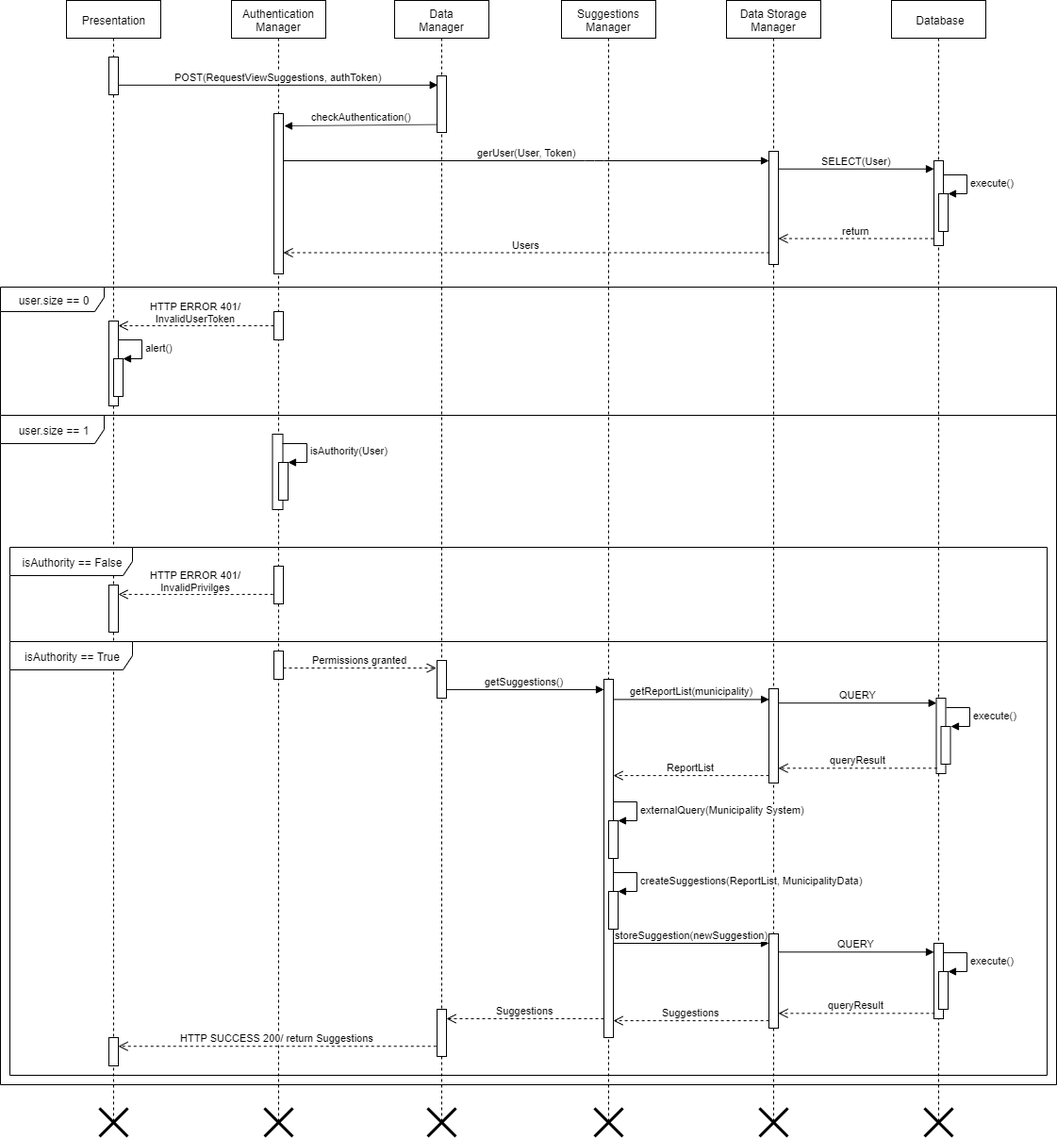
The draw.io diagram DD/latex/Images/Seq_viewSuggestions.png in manuelsalamino/SoftwareEngineering2-Project, before a commit. Source tidied: cells renumbered, new cells last; positions are measured from the earlier drawing's top-left corner, leaving out a move shared by most shapes.
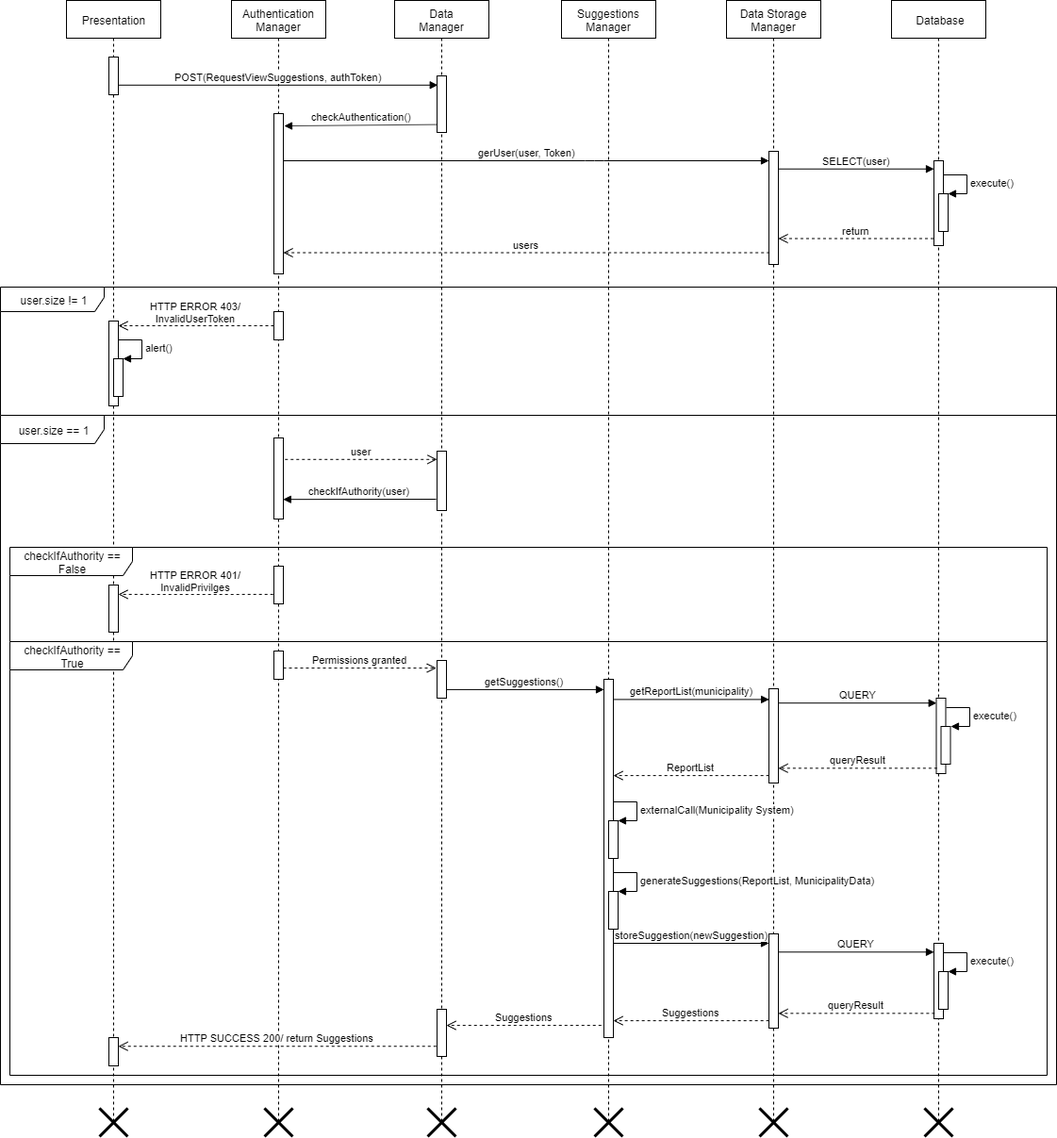
Above is the later version.

The edit, as a diff of the source:
```diff
@@ -55,29 +55,29 @@
         </Array>
       </mxGeometry>
     </mxCell>
-    <mxCell id="18" value="gerUser(User, Token)" style="html=1;verticalAlign=bottom;endArrow=block;" parent="1" edge="1" source="5" target="12">
+    <mxCell id="18" value="gerUser(user, Token)" style="html=1;verticalAlign=bottom;endArrow=block;" parent="1" edge="1" source="5" target="12">
       <mxGeometry relative="1" as="geometry">
         <Array as="points">
           <mxPoint x="630" y="170" />
         </Array>
       </mxGeometry>
     </mxCell>
-    <mxCell id="19" value="SELECT(User)" style="html=1;verticalAlign=bottom;endArrow=block;exitX=0.984;exitY=0.156;exitDx=0;exitDy=0;exitPerimeter=0;" parent="1" edge="1" source="12" target="15">
+    <mxCell id="19" value="SELECT(user)" style="html=1;verticalAlign=bottom;endArrow=block;exitX=0.984;exitY=0.156;exitDx=0;exitDy=0;exitPerimeter=0;" parent="1" edge="1" source="12" target="15">
       <mxGeometry relative="1" as="geometry" />
     </mxCell>
     <mxCell id="20" value="return" style="html=1;verticalAlign=bottom;endArrow=open;dashed=1;endSize=8;exitX=-0.052;exitY=0.917;exitDx=0;exitDy=0;exitPerimeter=0;" parent="1" edge="1" source="15" target="12">
       <mxGeometry relative="1" as="geometry" />
     </mxCell>
-    <mxCell id="21" value="Users" style="html=1;verticalAlign=bottom;endArrow=open;dashed=1;endSize=8;exitX=0.07;exitY=0.896;exitDx=0;exitDy=0;exitPerimeter=0;" parent="1" edge="1" source="12" target="5">
+    <mxCell id="21" value="users" style="html=1;verticalAlign=bottom;endArrow=open;dashed=1;endSize=8;exitX=0.07;exitY=0.896;exitDx=0;exitDy=0;exitPerimeter=0;" parent="1" edge="1" source="12" target="5">
       <mxGeometry relative="1" as="geometry" />
     </mxCell>
-    <mxCell id="22" value="user.size == 0" style="shape=umlFrame;whiteSpace=wrap;html=1;width=110;height=26;" parent="1" vertex="1">
+    <mxCell id="22" value="user.size != 1" style="shape=umlFrame;whiteSpace=wrap;html=1;width=110;height=26;" parent="1" vertex="1">
       <mxGeometry y="304" width="1120" height="136" as="geometry" />
     </mxCell>
     <mxCell id="23" style="html=1;points=[];perimeter=orthogonalPerimeter;" parent="1" vertex="1">
       <mxGeometry x="115" y="340" width="10" height="90" as="geometry" />
     </mxCell>
-    <mxCell id="24" value="HTTP ERROR 401/&lt;br&gt;InvalidUserToken" style="html=1;verticalAlign=bottom;endArrow=open;dashed=1;endSize=8;" parent="1" edge="1" source="70" target="23">
+    <mxCell id="24" value="HTTP ERROR 403/&lt;br&gt;InvalidUserToken" style="html=1;verticalAlign=bottom;endArrow=open;dashed=1;endSize=8;" parent="1" edge="1" source="70" target="23">
       <mxGeometry relative="1" as="geometry" />
     </mxCell>
     <mxCell id="25" style="html=1;points=[];perimeter=orthogonalPerimeter;" parent="1" vertex="1">
@@ -94,10 +94,7 @@
     <mxCell id="27" value="user.size == 1" style="shape=umlFrame;whiteSpace=wrap;html=1;width=110;height=30;" parent="1" vertex="1">
       <mxGeometry y="440" width="1120" height="710" as="geometry" />
     </mxCell>
-    <mxCell id="28" style="html=1;points=[];perimeter=orthogonalPerimeter;" parent="1" vertex="1">
-      <mxGeometry x="288.5" y="460" width="11" height="80" as="geometry" />
-    </mxCell>
-    <mxCell id="29" value="isAuthority == False" style="shape=umlFrame;whiteSpace=wrap;html=1;width=130;height=30;" parent="1" vertex="1">
+    <mxCell id="29" value="checkIfAuthority == False" style="shape=umlFrame;whiteSpace=wrap;html=1;width=130;height=30;" parent="1" vertex="1">
       <mxGeometry x="10" y="580" width="1100" height="100" as="geometry" />
     </mxCell>
     <mxCell id="30" style="html=1;points=[];perimeter=orthogonalPerimeter;" parent="1" vertex="1">
@@ -106,7 +103,7 @@
     <mxCell id="31" style="html=1;points=[];perimeter=orthogonalPerimeter;" parent="1" vertex="1">
       <mxGeometry x="115" y="620" width="10" height="50" as="geometry" />
     </mxCell>
-    <mxCell id="32" value="isAuthority == True" style="shape=umlFrame;whiteSpace=wrap;html=1;width=130;height=30;" parent="1" vertex="1">
+    <mxCell id="32" value="checkIfAuthority == True" style="shape=umlFrame;whiteSpace=wrap;html=1;width=130;height=30;" parent="1" vertex="1">
       <mxGeometry x="10" y="680" width="1100" height="460" as="geometry" />
     </mxCell>
     <mxCell id="33" style="html=1;points=[];perimeter=orthogonalPerimeter;" parent="1" vertex="1">
@@ -133,17 +130,6 @@
     <mxCell id="40" value="HTTP SUCCESS 200/ return Suggestions" style="html=1;verticalAlign=bottom;endArrow=open;dashed=1;endSize=8;exitX=-0.074;exitY=0.785;exitDx=0;exitDy=0;exitPerimeter=0;" parent="1" edge="1" source="55" target="39">
       <mxGeometry relative="1" as="geometry" />
     </mxCell>
-    <mxCell id="41" style="html=1;points=[];perimeter=orthogonalPerimeter;" parent="1" vertex="1">
-      <mxGeometry x="295" y="490" width="10" height="40" as="geometry" />
-    </mxCell>
-    <mxCell id="42" value="isAuthority(User)" style="edgeStyle=orthogonalEdgeStyle;html=1;align=left;spacingLeft=2;endArrow=block;rounded=0;entryX=1;entryY=0;exitX=0.984;exitY=0.131;exitDx=0;exitDy=0;exitPerimeter=0;" parent="1" edge="1" source="28" target="41">
-      <mxGeometry relative="1" as="geometry">
-        <Array as="points">
-          <mxPoint x="325" y="470" />
-          <mxPoint x="325" y="490" />
-        </Array>
-      </mxGeometry>
-    </mxCell>
     <mxCell id="43" style="html=1;points=[];perimeter=orthogonalPerimeter;" parent="1" vertex="1">
       <mxGeometry x="290" y="690" width="10" height="30" as="geometry" />
     </mxCell>
@@ -156,7 +142,7 @@
     <mxCell id="46" style="html=1;points=[];perimeter=orthogonalPerimeter;" parent="44" vertex="1">
       <mxGeometry x="50" y="870" width="10" height="40" as="geometry" />
     </mxCell>
-    <mxCell id="47" value="externalQuery(Municipality System)" style="edgeStyle=orthogonalEdgeStyle;html=1;align=left;spacingLeft=2;endArrow=block;rounded=0;entryX=1;entryY=0;" parent="44" edge="1" target="46">
+    <mxCell id="47" value="externalCall(Municipality System)" style="edgeStyle=orthogonalEdgeStyle;html=1;align=left;spacingLeft=2;endArrow=block;rounded=0;entryX=1;entryY=0;" parent="44" edge="1" target="46">
       <mxGeometry relative="1" as="geometry">
         <mxPoint x="55" y="850" as="sourcePoint" />
         <Array as="points">
@@ -169,7 +155,7 @@
     <mxCell id="48" style="html=1;points=[];perimeter=orthogonalPerimeter;" parent="44" vertex="1">
       <mxGeometry x="50" y="945" width="10" height="40" as="geometry" />
     </mxCell>
-    <mxCell id="49" value="createSuggestions(ReportList, MunicipalityData)" style="edgeStyle=orthogonalEdgeStyle;html=1;align=left;spacingLeft=2;endArrow=block;rounded=0;entryX=1;entryY=0;" parent="44" edge="1" target="48">
+    <mxCell id="49" value="generateSuggestions(ReportList, MunicipalityData)" style="edgeStyle=orthogonalEdgeStyle;html=1;align=left;spacingLeft=2;endArrow=block;rounded=0;entryX=1;entryY=0;" parent="44" edge="1" target="48">
       <mxGeometry relative="1" as="geometry">
         <mxPoint x="55" y="925" as="sourcePoint" />
         <Array as="points">
@@ -200,7 +186,7 @@
     <mxCell id="55" style="html=1;points=[];perimeter=orthogonalPerimeter;" parent="1" vertex="1">
       <mxGeometry x="463" y="1070" width="10" height="50" as="geometry" />
     </mxCell>
-    <mxCell id="56" value="Suggestions" style="html=1;verticalAlign=bottom;endArrow=open;dashed=1;endSize=8;entryX=1;entryY=0.2;entryDx=0;entryDy=0;entryPerimeter=0;" parent="1" edge="1" source="45" target="55">
+    <mxCell id="56" value="Suggestions" style="html=1;verticalAlign=bottom;endArrow=open;dashed=1;endSize=8;exitX=-0.274;exitY=0.966;exitDx=0;exitDy=0;exitPerimeter=0;" parent="1" edge="1" source="45" target="55">
       <mxGeometry relative="1" as="geometry" />
     </mxCell>
     <mxCell id="57" value="HTTP ERROR 401/&lt;br&gt;InvalidPrivilges" style="html=1;verticalAlign=bottom;endArrow=open;dashed=1;endSize=8;exitX=-0.08;exitY=0.748;exitDx=0;exitDy=0;exitPerimeter=0;" parent="1" edge="1" source="30" target="31">
@@ -250,5 +236,19 @@
     <mxCell id="70" style="html=1;points=[];perimeter=orthogonalPerimeter;" parent="1" vertex="1">
       <mxGeometry x="290" y="330" width="10" height="30" as="geometry" />
     </mxCell>
+    <mxCell id="71" style="html=1;points=[];perimeter=orthogonalPerimeter;" parent="1" vertex="1">
+      <mxGeometry x="290" y="464" width="10" height="86" as="geometry" />
+    </mxCell>
+    <mxCell id="72" style="html=1;points=[];perimeter=orthogonalPerimeter;" parent="1" vertex="1">
+      <mxGeometry x="463" y="478" width="10" height="63" as="geometry" />
+    </mxCell>
+    <mxCell id="73" value="user" style="html=1;verticalAlign=bottom;endArrow=open;dashed=1;endSize=8;exitX=1.176;exitY=0.265;exitDx=0;exitDy=0;exitPerimeter=0;" parent="1" edge="1" source="71" target="72">
+      <mxGeometry relative="1" as="geometry" />
+    </mxCell>
+    <mxCell id="74" value="checkIfAuthority(user)" style="html=1;verticalAlign=bottom;endArrow=block;entryX=0.986;entryY=0.758;entryDx=0;entryDy=0;entryPerimeter=0;" parent="1" edge="1" target="71">
+      <mxGeometry relative="1" as="geometry">
+        <mxPoint x="462" y="529" as="sourcePoint" />
+      </mxGeometry>
+    </mxCell>
   </root>
 </mxGraphModel>
```
